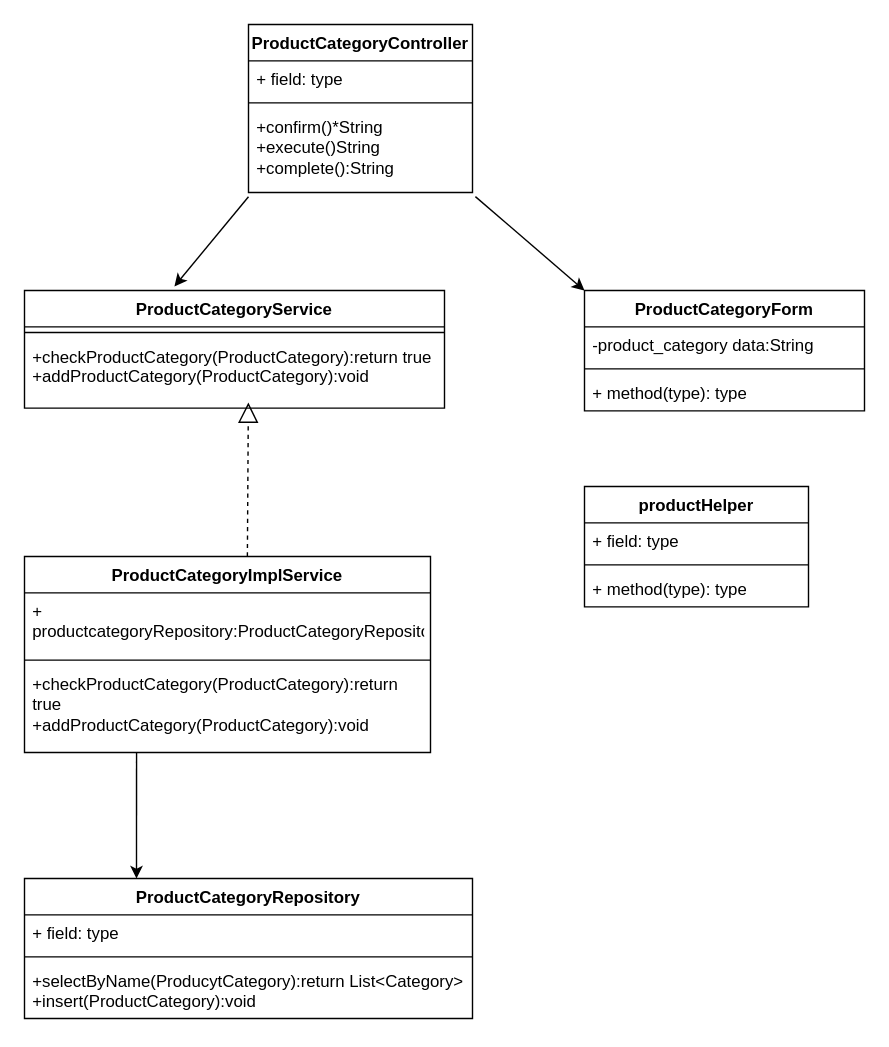
Above: plan/uml/class/classUC014.drawio in NstecEmp-013/team-dev-spring-boot-ec (draw.io), before the change. Source tidied: cells renumbered, new cells numbered last; positions are measured from the earlier drawing's top-left corner, leaving out a move shared by most shapes. Both pictures are drawn from the tidied source at 140%, with x=0, y=0 at pixel (24, 24).
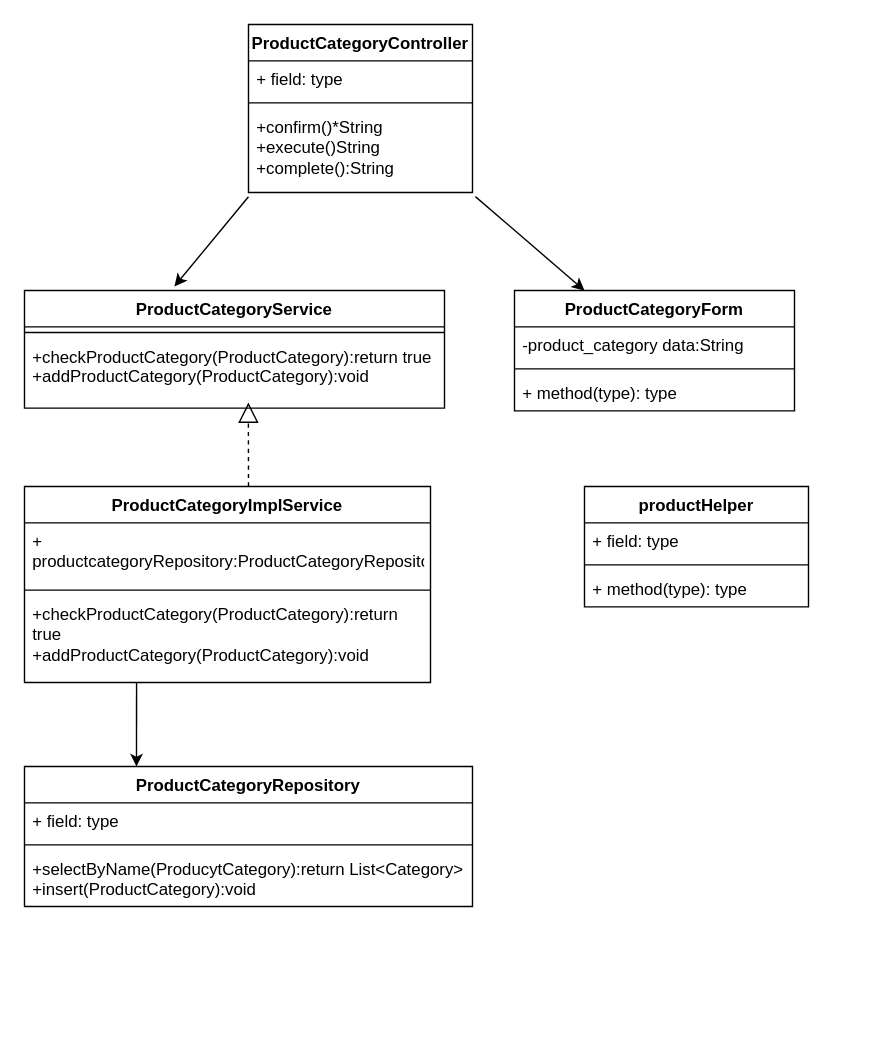
The same diagram, later.

Commit message (it also covers changes not shown here):
UC012のクラス図修正

Unchanged cells that the change refers to:
```xml
<mxCell id="5" value="+confirm()*String&lt;div&gt;+execute()String&lt;/div&gt;&lt;div&gt;+complete():String&lt;/div&gt;" style="text;strokeColor=none;fillColor=none;align=left;verticalAlign=top;spacingLeft=4;spacingRight=4;overflow=hidden;points=[[0,0.5],[1,0.5]];portConstraint=eastwest;whiteSpace=wrap;html=1;" parent="2" vertex="1">
  <mxGeometry y="60" width="160" height="60" as="geometry" />
</mxCell>
<mxCell id="20" value="+checkProductCategory(ProductCategory):return true&lt;div&gt;+addProductCategory(ProductCategory):void&lt;/div&gt;" style="text;strokeColor=none;fillColor=none;align=left;verticalAlign=top;spacingLeft=4;spacingRight=4;overflow=hidden;points=[[0,0.5],[1,0.5]];portConstraint=eastwest;whiteSpace=wrap;html=1;" parent="18" vertex="1">
  <mxGeometry y="34" width="300" height="50" as="geometry" />
</mxCell>
<mxCell id="24" value="&lt;span style=&quot;color: rgb(0, 0, 0);&quot;&gt;+checkProductCategory(ProductCategory):return true&lt;/span&gt;&lt;div&gt;+addProductCategory(ProductCategory):void&lt;/div&gt;" style="text;strokeColor=none;fillColor=none;align=left;verticalAlign=top;spacingLeft=4;spacingRight=4;overflow=hidden;points=[[0,0.5],[1,0.5]];portConstraint=eastwest;whiteSpace=wrap;html=1;" parent="21" vertex="1">
  <mxGeometry y="78" width="290" height="62" as="geometry" />
</mxCell>
```

Change to the diagram source:
```diff
@@
     <mxCell id="6" value="ProductCategoryForm" style="swimlane;fontStyle=1;align=center;verticalAlign=top;horizontal=1;startSize=26;whiteSpace=wrap;html=1;" parent="1" vertex="1">
-      <mxGeometry x="400" y="190" width="200" height="86" as="geometry" />
+      <mxGeometry x="350" y="190" width="200" height="86" as="geometry" />
     </mxCell>
@@
     <mxCell id="14" value="ProductCategoryRepository" style="swimlane;fontStyle=1;align=center;verticalAlign=top;horizontal=1;startSize=26;whiteSpace=wrap;html=1;" parent="1" vertex="1">
-      <mxGeometry y="610" width="320" height="100" as="geometry" />
+      <mxGeometry y="530" width="320" height="100" as="geometry" />
     </mxCell>
@@
     <mxCell id="21" value="ProductCategoryImplService" style="swimlane;fontStyle=1;align=center;verticalAlign=top;horizontal=1;startSize=26;whiteSpace=wrap;html=1;" parent="1" vertex="1">
-      <mxGeometry y="380" width="290" height="140" as="geometry" />
+      <mxGeometry y="330" width="290" height="140" as="geometry" />
     </mxCell>
@@
-    <mxCell id="25" style="endArrow=classic;html=1;exitX=1.013;exitY=1.049;exitDx=0;exitDy=0;exitPerimeter=0;entryX=0;entryY=0;entryDx=0;entryDy=0;" parent="1" edge="1" source="5" target="6">
+    <mxCell id="25" style="endArrow=classic;html=1;exitX=1.013;exitY=1.049;exitDx=0;exitDy=0;exitPerimeter=0;entryX=0.25;entryY=0;entryDx=0;entryDy=0;" parent="1" edge="1" source="5" target="6">
       <mxGeometry relative="1" as="geometry" />
     </mxCell>
@@
-    <mxCell id="27" style="endArrow=classic;html=1;entryX=0.25;entryY=0;entryDx=0;entryDy=0;exitX=0.276;exitY=1;exitDx=0;exitDy=0;exitPerimeter=0;" parent="1" edge="1" source="24">
-      <mxGeometry relative="1" as="geometry">
-        <mxPoint x="80" y="610" as="targetPoint" />
-      </mxGeometry>
+    <mxCell id="27" style="endArrow=classic;html=1;entryX=0.25;entryY=0;entryDx=0;entryDy=0;exitX=0.276;exitY=1;exitDx=0;exitDy=0;exitPerimeter=0;" parent="1" edge="1" source="24" target="14">
+      <mxGeometry relative="1" as="geometry" />
     </mxCell>
     <mxCell id="28" style="endArrow=block;dashed=1;endFill=0;endSize=12;html=1;entryX=0.533;entryY=0.92;entryDx=0;entryDy=0;entryPerimeter=0;" parent="1" edge="1" target="20">
       <mxGeometry relative="1" as="geometry">
-        <mxPoint x="159.2" y="380" as="sourcePoint" />
+        <mxPoint x="160" y="330" as="sourcePoint" />
       </mxGeometry>
     </mxCell>
```
